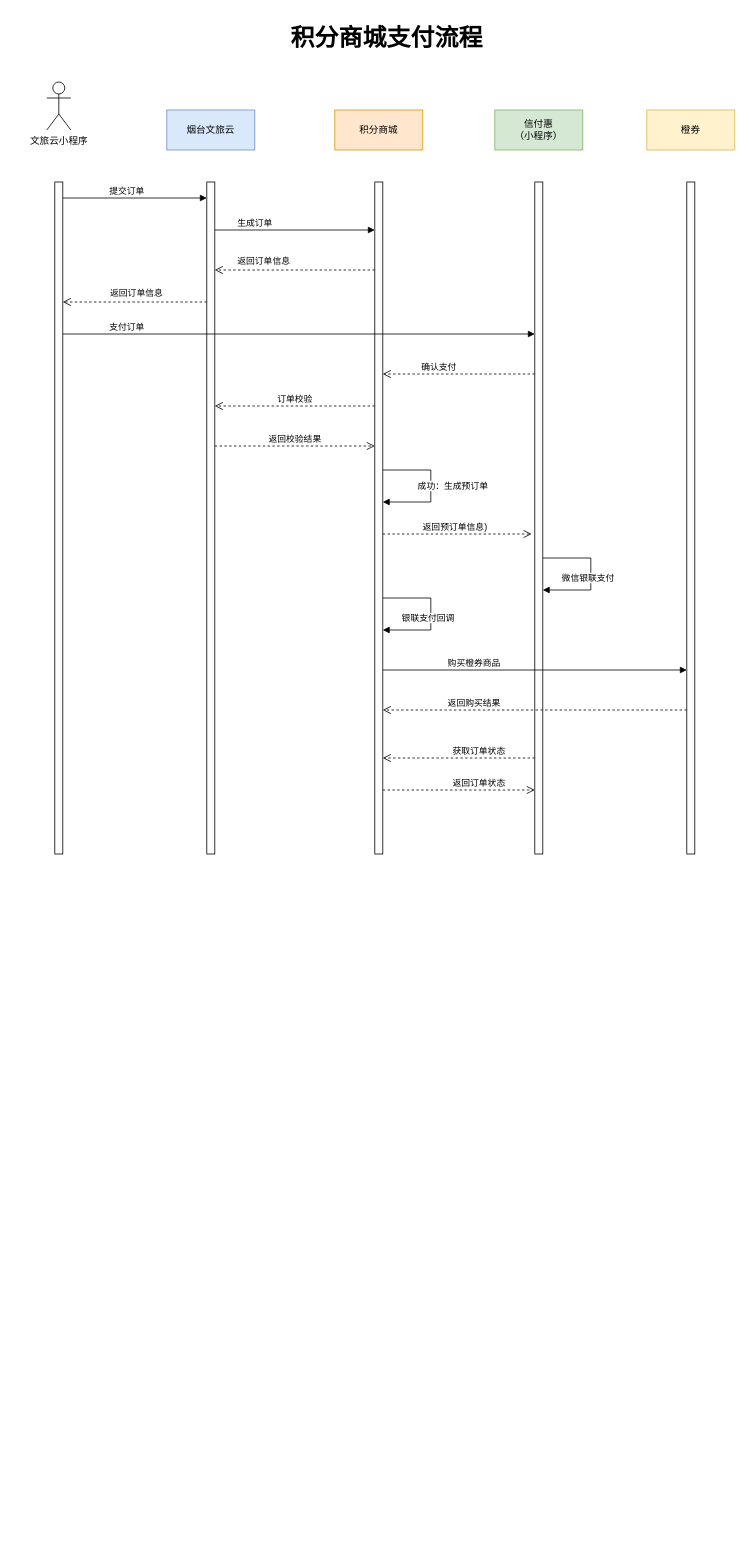
z-cloud-z/draw keeps this draw.io diagram as 积分商城.drawio. Above is the earlier version. Source tidied: cells renumbered, new cells numbered last; positions are measured from the earlier drawing's top-left corner, leaving out a move shared by most shapes. Both pictures are drawn from the tidied source at 80%, with x=0, y=0 at pixel (46, 14).
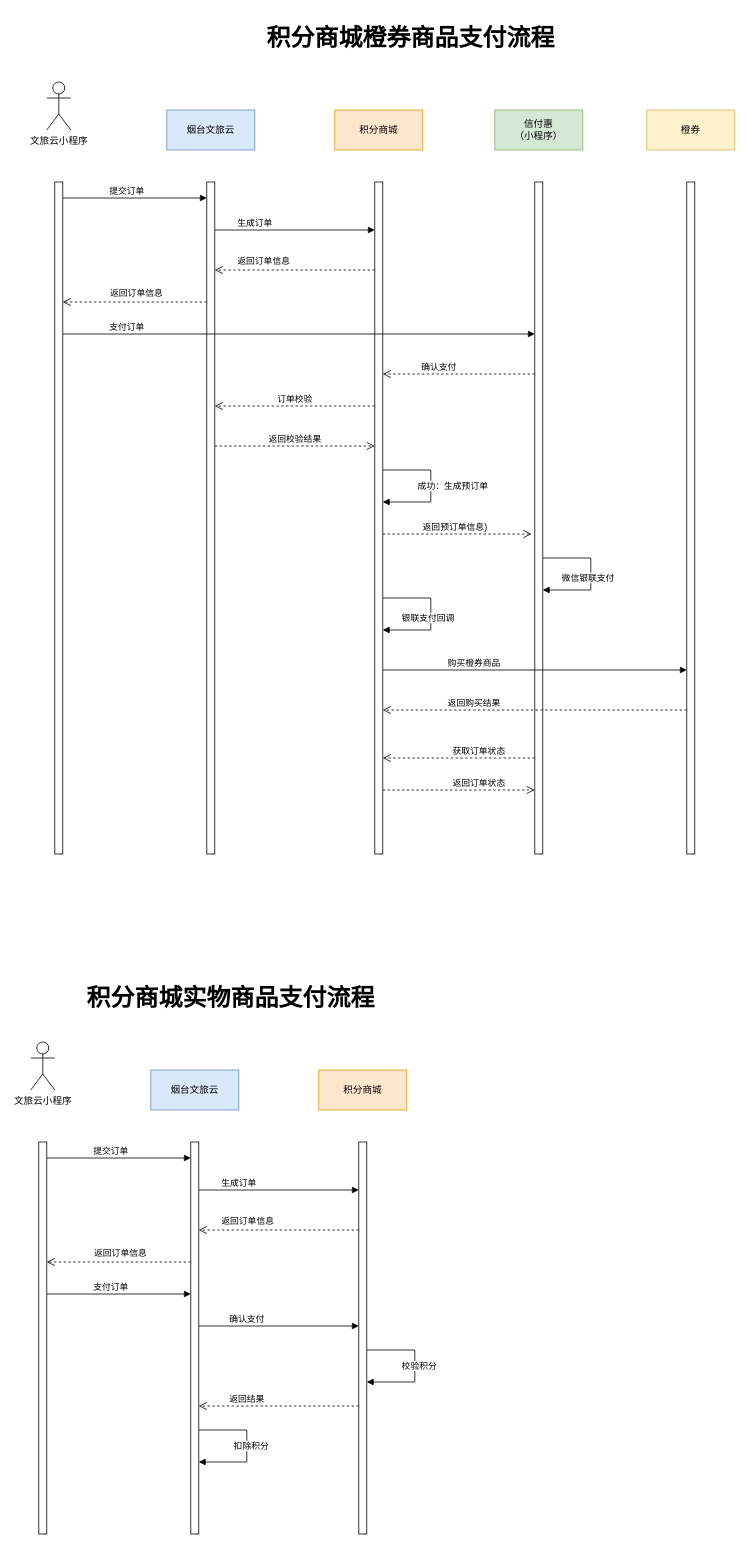
Above is the later version.

Commit message:
更新积分商城.drawio

Change to the diagram source:
```diff
@@
-    <mxCell id="22" value="积分商城支付流程" style="text;html=1;strokeColor=none;fillColor=none;align=center;verticalAlign=middle;whiteSpace=wrap;rounded=0;fontStyle=1;fontSize=30;" parent="1" vertex="1">
-      <mxGeometry x="260" width="330" height="60" as="geometry" />
+    <mxCell id="22" value="积分商城橙券商品支付流程" style="text;html=1;strokeColor=none;fillColor=none;align=center;verticalAlign=middle;whiteSpace=wrap;rounded=0;fontStyle=1;fontSize=30;" parent="1" vertex="1">
+      <mxGeometry x="260" width="390" height="60" as="geometry" />
     </mxCell>
@@
+    <mxCell id="31" value="文旅云小程序" style="shape=umlActor;verticalLabelPosition=bottom;verticalAlign=top;html=1;" parent="1" vertex="1">
+      <mxGeometry x="-20" y="1285" width="30" height="60" as="geometry" />
+    </mxCell>
+    <mxCell id="32" value="烟台文旅云" style="html=1;whiteSpace=wrap;fillColor=#dae8fc;strokeColor=#6c8ebf;" parent="1" vertex="1">
+      <mxGeometry x="130" y="1320" width="110" height="50" as="geometry" />
+    </mxCell>
+    <mxCell id="33" value="积分商城" style="html=1;whiteSpace=wrap;fillColor=#ffe6cc;strokeColor=#d79b00;" parent="1" vertex="1">
+      <mxGeometry x="340" y="1320" width="110" height="50" as="geometry" />
+    </mxCell>
+    <mxCell id="34" style="html=1;perimeter=orthogonalPerimeter;targetShapes=umlLifeline;newEdgeStyle={&quot;curved&quot;:0,&quot;rounded&quot;:0};" parent="1" vertex="1">
+      <mxGeometry x="-10" y="1410" width="10" height="490" as="geometry" />
+    </mxCell>
+    <mxCell id="35" style="html=1;points=[[0,0,0,0,5],[0,1,0,0,-5],[1,0,0,0,5],[1,1,0,0,-5]];perimeter=orthogonalPerimeter;outlineConnect=0;targetShapes=umlLifeline;portConstraint=eastwest;newEdgeStyle={&quot;curved&quot;:0,&quot;rounded&quot;:0};" parent="1" vertex="1">
+      <mxGeometry x="180" y="1410" width="10" height="490" as="geometry" />
+    </mxCell>
+    <mxCell id="36" style="html=1;perimeter=orthogonalPerimeter;targetShapes=umlLifeline;newEdgeStyle={&quot;curved&quot;:0,&quot;rounded&quot;:0};" parent="1" vertex="1">
+      <mxGeometry x="390" y="1410" width="10" height="490" as="geometry" />
+    </mxCell>
+    <mxCell id="37" value="提交订单" style="html=1;verticalAlign=bottom;endArrow=block;curved=0;rounded=0;" parent="1" edge="1">
+      <mxGeometry x="-0.11" relative="1" as="geometry">
+        <mxPoint y="1430" as="sourcePoint" />
+        <mxPoint x="180" y="1430" as="targetPoint" />
+      </mxGeometry>
+    </mxCell>
+    <mxCell id="38" value="生成订单" style="html=1;verticalAlign=bottom;endArrow=block;curved=0;rounded=0;" parent="1" edge="1">
+      <mxGeometry x="-0.5" relative="1" as="geometry">
+        <mxPoint x="190" y="1470" as="sourcePoint" />
+        <mxPoint x="390" y="1470" as="targetPoint" />
+      </mxGeometry>
+    </mxCell>
+    <mxCell id="39" value="支付订单" style="html=1;verticalAlign=bottom;endArrow=block;curved=0;rounded=0;" parent="1" edge="1" target="35">
+      <mxGeometry x="-0.11" relative="1" as="geometry">
+        <mxPoint y="1600" as="sourcePoint" />
+      </mxGeometry>
+    </mxCell>
+    <mxCell id="40" style="html=1;verticalAlign=bottom;endArrow=open;dashed=1;endSize=8;curved=0;rounded=0;" parent="1" edge="1">
+      <mxGeometry x="0.38" y="-10" relative="1" as="geometry">
+        <mxPoint x="390" y="1520" as="sourcePoint" />
+        <mxPoint x="190" y="1520" as="targetPoint" />
+      </mxGeometry>
+    </mxCell>
+    <mxCell id="41" value="返回订单信息" style="edgeLabel;html=1;align=center;verticalAlign=middle;" parent="40" vertex="1">
+      <mxGeometry x="0.38" y="-12" relative="1" as="geometry">
+        <mxPoint x="-2" as="offset" />
+      </mxGeometry>
+    </mxCell>
+    <mxCell id="42" value="确认支付" style="html=1;verticalAlign=bottom;endArrow=block;curved=0;rounded=0;" parent="1" edge="1">
+      <mxGeometry x="-0.4" relative="1" as="geometry">
+        <mxPoint x="190" y="1640" as="sourcePoint" />
+        <mxPoint x="390" y="1640" as="targetPoint" />
+      </mxGeometry>
+    </mxCell>
+    <mxCell id="43" value="返回结果" style="html=1;verticalAlign=bottom;endArrow=open;dashed=1;endSize=8;curved=0;rounded=0;" parent="1" edge="1">
+      <mxGeometry x="0.4" relative="1" as="geometry">
+        <mxPoint x="390" y="1740" as="sourcePoint" />
+        <mxPoint x="190" y="1740" as="targetPoint" />
+      </mxGeometry>
+    </mxCell>
+    <mxCell id="44" value="积分商城实物商品支付流程" style="text;html=1;strokeColor=none;fillColor=none;align=center;verticalAlign=middle;whiteSpace=wrap;rounded=0;fontStyle=1;fontSize=30;" parent="1" vertex="1">
+      <mxGeometry x="10" y="1200" width="440" height="60" as="geometry" />
+    </mxCell>
+    <mxCell id="45" style="html=1;verticalAlign=bottom;endArrow=open;dashed=1;endSize=8;curved=0;rounded=0;" parent="1" edge="1">
+      <mxGeometry x="0.38" y="-10" relative="1" as="geometry">
+        <mxPoint x="180" y="1560" as="sourcePoint" />
+        <mxPoint y="1560" as="targetPoint" />
+      </mxGeometry>
+    </mxCell>
+    <mxCell id="46" value="返回订单信息" style="edgeLabel;html=1;align=center;verticalAlign=middle;" parent="45" vertex="1">
+      <mxGeometry x="0.38" y="-12" relative="1" as="geometry">
+        <mxPoint x="35" as="offset" />
+      </mxGeometry>
+    </mxCell>
+    <mxCell id="47" value="校验积分" style="html=1;align=left;spacingLeft=2;endArrow=block;rounded=0;edgeStyle=orthogonalEdgeStyle;curved=0;rounded=0;" parent="1" edge="1">
+      <mxGeometry x="0.5" y="-20" relative="1" as="geometry">
+        <mxPoint x="400" y="1670" as="sourcePoint" />
+        <mxPoint x="400" y="1710" as="targetPoint" />
+        <Array as="points">
+          <mxPoint x="460" y="1670" />
+          <mxPoint x="460" y="1710" />
+        </Array>
+      </mxGeometry>
+    </mxCell>
+    <mxCell id="48" value="扣除积分" style="html=1;align=left;spacingLeft=2;endArrow=block;rounded=0;edgeStyle=orthogonalEdgeStyle;curved=0;rounded=0;" parent="1" edge="1">
+      <mxGeometry x="0.5" y="-20" relative="1" as="geometry">
+        <mxPoint x="190" y="1770" as="sourcePoint" />
+        <mxPoint x="190" y="1810" as="targetPoint" />
+        <Array as="points">
+          <mxPoint x="250" y="1770" />
+          <mxPoint x="250" y="1810" />
+        </Array>
+      </mxGeometry>
+    </mxCell>
```
